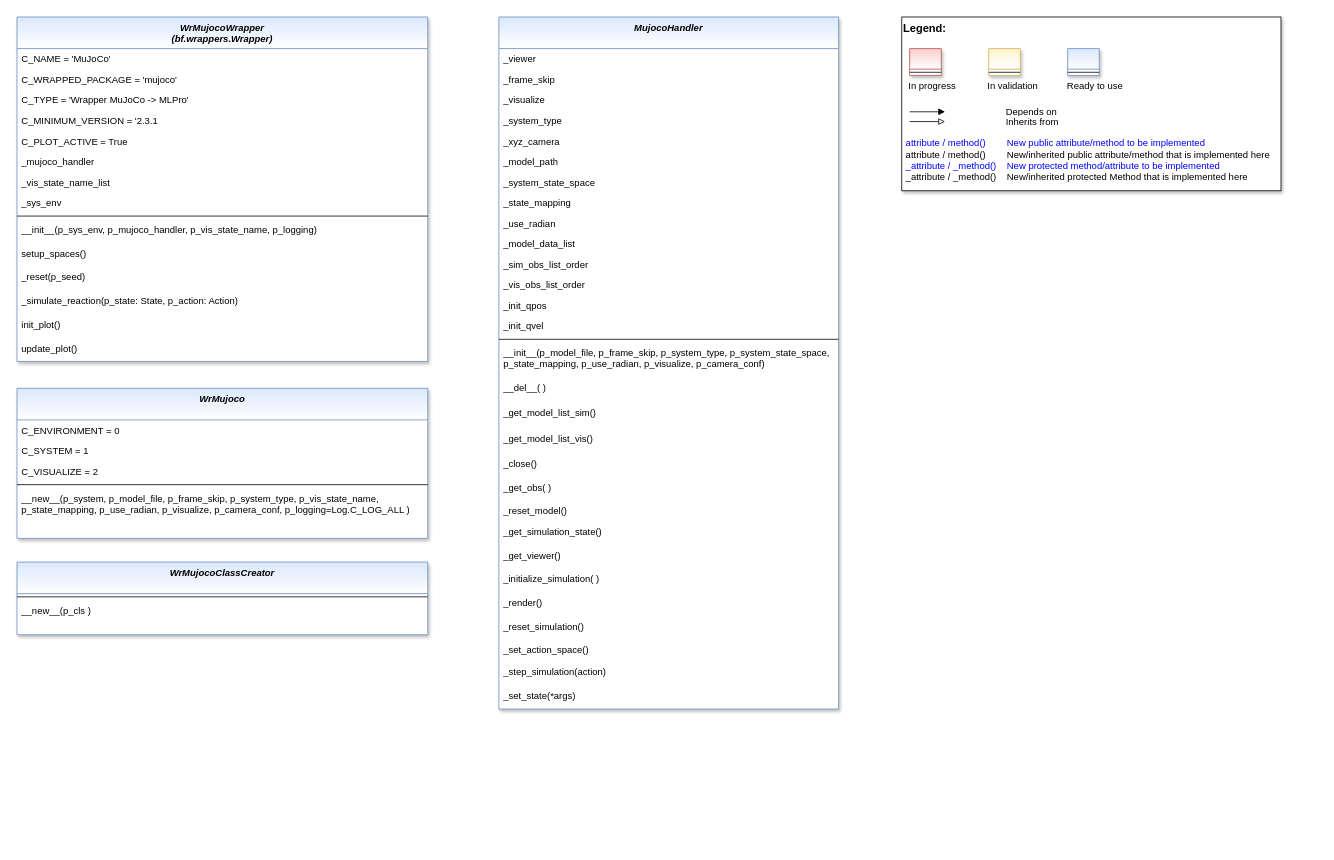
fhswf/MLPro keeps this draw.io diagram as doc/rtd/content/04_appendices/appendix2/sub/core/images/wrappers/MLPro-Wrappers-Mujoco.drawio. Above is the earlier version. Source tidied: cells renumbered, new cells numbered last; positions are measured from the earlier drawing's top-left corner, leaving out a move shared by most shapes. Both pictures are drawn from the tidied source at 79%, with x=0, y=0 at pixel (17, 17).
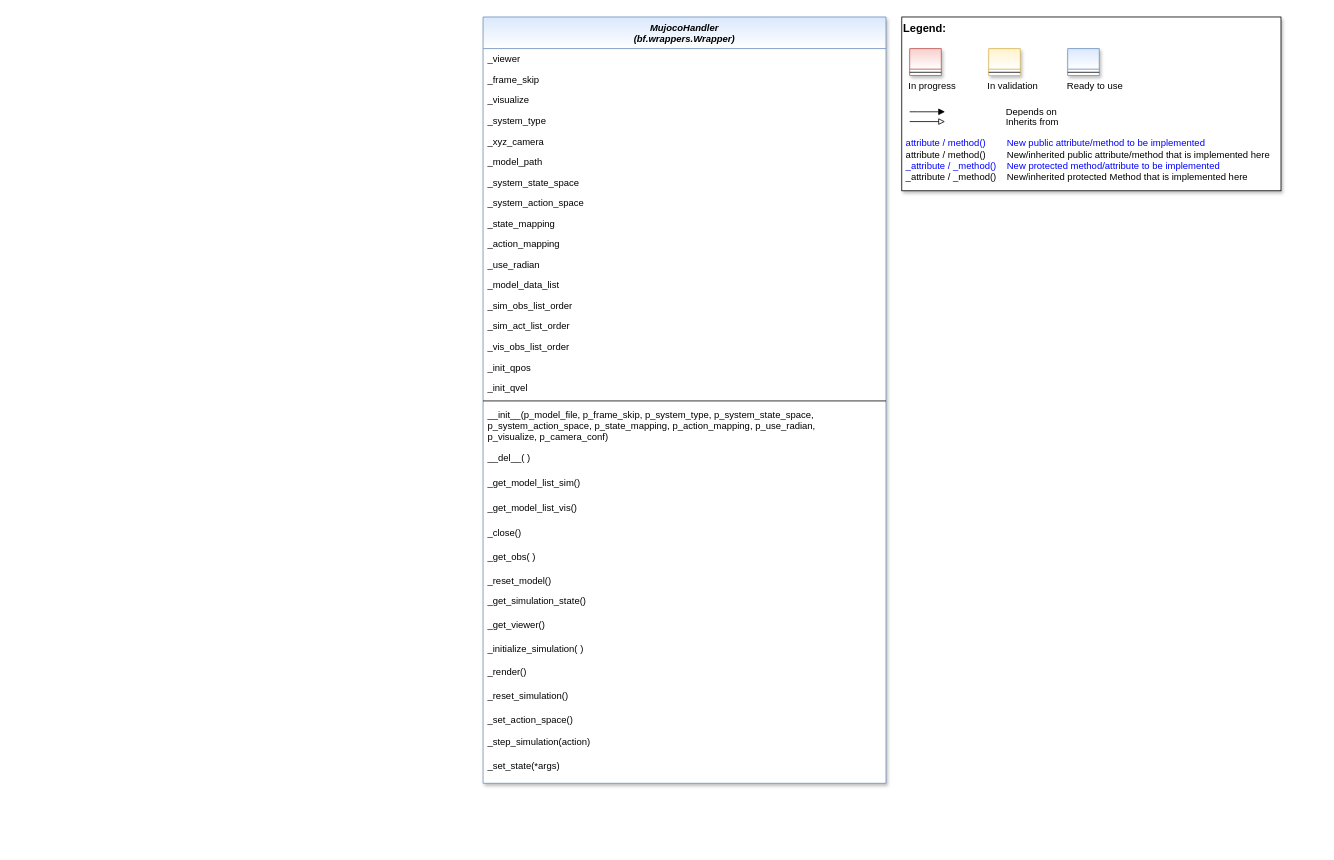
Above is the later version.

The edit, as a diff of the source:
```diff
@@
-    <mxCell id="2" value="WrMujocoWrapper&#10;(bf.wrappers.Wrapper)" style="swimlane;fontStyle=3;align=center;verticalAlign=top;horizontal=1;startSize=40;rounded=0;shadow=1;strokeWidth=1;fillColor=#dae8fc;strokeColor=#6c8ebf;gradientColor=#ffffff;swimlaneFillColor=#ffffff;" parent="1" vertex="1">
-      <mxGeometry width="520" height="436" as="geometry" />
-    </mxCell>
-    <mxCell id="3" value="C_NAME = 'MuJoCo'" style="text;align=left;verticalAlign=top;spacingLeft=4;spacingRight=4;overflow=hidden;" parent="2" vertex="1">
-      <mxGeometry y="40" width="520" height="26" as="geometry" />
-    </mxCell>
-    <mxCell id="4" value="C_WRAPPED_PACKAGE = 'mujoco'" style="text;align=left;verticalAlign=top;spacingLeft=4;spacingRight=4;overflow=hidden;" parent="2" vertex="1">
-      <mxGeometry y="66" width="520" height="26" as="geometry" />
-    </mxCell>
-    <mxCell id="5" value="C_TYPE = 'Wrapper MuJoCo -&gt; MLPro'" style="text;align=left;verticalAlign=top;spacingLeft=4;spacingRight=4;overflow=hidden;" parent="2" vertex="1">
-      <mxGeometry y="92" width="520" height="26" as="geometry" />
-    </mxCell>
-    <mxCell id="6" value="C_MINIMUM_VERSION = '2.3.1" style="text;align=left;verticalAlign=top;spacingLeft=4;spacingRight=4;overflow=hidden;" parent="2" vertex="1">
-      <mxGeometry y="118" width="520" height="26" as="geometry" />
-    </mxCell>
-    <mxCell id="7" value="C_PLOT_ACTIVE = True" style="text;align=left;verticalAlign=top;spacingLeft=4;spacingRight=4;overflow=hidden;" parent="2" vertex="1">
-      <mxGeometry y="144" width="520" height="26" as="geometry" />
-    </mxCell>
-    <mxCell id="8" value="_mujoco_handler" style="text;align=left;verticalAlign=top;spacingLeft=4;spacingRight=4;overflow=hidden;" parent="2" vertex="1">
-      <mxGeometry y="170" width="520" height="26" as="geometry" />
-    </mxCell>
-    <mxCell id="9" value="_vis_state_name_list" style="text;align=left;verticalAlign=top;spacingLeft=4;spacingRight=4;overflow=hidden;" parent="2" vertex="1">
-      <mxGeometry y="196" width="520" height="26" as="geometry" />
-    </mxCell>
-    <mxCell id="10" value="_sys_env" style="text;align=left;verticalAlign=top;spacingLeft=4;spacingRight=4;overflow=hidden;" parent="2" vertex="1">
-      <mxGeometry y="222" width="520" height="26" as="geometry" />
-    </mxCell>
-    <mxCell id="11" style="line;html=1;strokeWidth=1;align=left;verticalAlign=middle;spacingTop=-1;spacingLeft=3;spacingRight=3;labelPosition=right;" parent="2" vertex="1">
-      <mxGeometry y="248" width="520" height="8" as="geometry" />
-    </mxCell>
-    <mxCell id="12" value="__init__(p_sys_env, p_mujoco_handler, p_vis_state_name, p_logging)" style="text;align=left;verticalAlign=top;spacingLeft=4;spacingRight=4;overflow=hidden;" parent="2" vertex="1">
-      <mxGeometry y="256" width="520" height="30" as="geometry" />
-    </mxCell>
-    <mxCell id="13" value="setup_spaces()" style="text;align=left;verticalAlign=top;spacingLeft=4;spacingRight=4;overflow=hidden;" parent="2" vertex="1">
-      <mxGeometry y="286" width="520" height="30" as="geometry" />
-    </mxCell>
-    <mxCell id="14" value="_reset(p_seed)" style="text;align=left;verticalAlign=top;spacingLeft=4;spacingRight=4;overflow=hidden;" parent="2" vertex="1">
-      <mxGeometry y="316" width="520" height="30" as="geometry" />
-    </mxCell>
-    <mxCell id="15" value="_simulate_reaction(p_state: State, p_action: Action)" style="text;align=left;verticalAlign=top;spacingLeft=4;spacingRight=4;overflow=hidden;" parent="2" vertex="1">
-      <mxGeometry y="346" width="520" height="30" as="geometry" />
-    </mxCell>
-    <mxCell id="16" value="init_plot()" style="text;align=left;verticalAlign=top;spacingLeft=4;spacingRight=4;overflow=hidden;" parent="2" vertex="1">
-      <mxGeometry y="376" width="520" height="30" as="geometry" />
-    </mxCell>
-    <mxCell id="17" value="update_plot()" style="text;align=left;verticalAlign=top;spacingLeft=4;spacingRight=4;overflow=hidden;" parent="2" vertex="1">
-      <mxGeometry y="406" width="520" height="30" as="geometry" />
-    </mxCell>
@@
-    <mxCell id="28" value="MujocoHandler" style="swimlane;fontStyle=3;align=center;verticalAlign=top;horizontal=1;startSize=40;rounded=0;shadow=1;strokeWidth=1;fillColor=#dae8fc;strokeColor=#6c8ebf;gradientColor=#ffffff;swimlaneFillColor=#ffffff;" parent="1" vertex="1">
-      <mxGeometry x="610" width="430" height="876" as="geometry" />
+    <mxCell id="28" value="MujocoHandler&#10;(bf.wrappers.Wrapper)" style="swimlane;fontStyle=3;align=center;verticalAlign=top;horizontal=1;startSize=40;rounded=0;shadow=1;strokeWidth=1;fillColor=#dae8fc;strokeColor=#6c8ebf;gradientColor=#ffffff;swimlaneFillColor=#ffffff;" parent="1" vertex="1">
+      <mxGeometry x="590" width="510" height="970" as="geometry" />
     </mxCell>
     <mxCell id="29" value="_viewer" style="text;align=left;verticalAlign=top;spacingLeft=4;spacingRight=4;overflow=hidden;" parent="28" vertex="1">
-      <mxGeometry y="40" width="430" height="26" as="geometry" />
+      <mxGeometry y="40" width="510" height="26" as="geometry" />
     </mxCell>
     <mxCell id="30" value="_frame_skip" style="text;align=left;verticalAlign=top;spacingLeft=4;spacingRight=4;overflow=hidden;" parent="28" vertex="1">
-      <mxGeometry y="66" width="430" height="26" as="geometry" />
+      <mxGeometry y="66" width="510" height="26" as="geometry" />
     </mxCell>
     <mxCell id="31" value="_visualize" style="text;align=left;verticalAlign=top;spacingLeft=4;spacingRight=4;overflow=hidden;" parent="28" vertex="1">
-      <mxGeometry y="92" width="430" height="26" as="geometry" />
+      <mxGeometry y="92" width="510" height="26" as="geometry" />
     </mxCell>
     <mxCell id="32" value="_system_type" style="text;align=left;verticalAlign=top;spacingLeft=4;spacingRight=4;overflow=hidden;" parent="28" vertex="1">
-      <mxGeometry y="118" width="430" height="26" as="geometry" />
+      <mxGeometry y="118" width="510" height="26" as="geometry" />
     </mxCell>
     <mxCell id="33" value="_xyz_camera" style="text;align=left;verticalAlign=top;spacingLeft=4;spacingRight=4;overflow=hidden;" parent="28" vertex="1">
-      <mxGeometry y="144" width="430" height="26" as="geometry" />
+      <mxGeometry y="144" width="510" height="26" as="geometry" />
     </mxCell>
     <mxCell id="34" value="_model_path" style="text;align=left;verticalAlign=top;spacingLeft=4;spacingRight=4;overflow=hidden;" parent="28" vertex="1">
-      <mxGeometry y="170" width="430" height="26" as="geometry" />
+      <mxGeometry y="170" width="510" height="26" as="geometry" />
     </mxCell>
     <mxCell id="35" value="_system_state_space" style="text;align=left;verticalAlign=top;spacingLeft=4;spacingRight=4;overflow=hidden;" parent="28" vertex="1">
-      <mxGeometry y="196" width="430" height="26" as="geometry" />
+      <mxGeometry y="196" width="510" height="26" as="geometry" />
     </mxCell>
+    <mxCell id="68" value="_system_action_space" style="text;align=left;verticalAlign=top;spacingLeft=4;spacingRight=4;overflow=hidden;" parent="28" vertex="1">
+      <mxGeometry y="222" width="510" height="26" as="geometry" />
+    </mxCell>
     <mxCell id="36" value="_state_mapping" style="text;align=left;verticalAlign=top;spacingLeft=4;spacingRight=4;overflow=hidden;" parent="28" vertex="1">
-      <mxGeometry y="222" width="430" height="26" as="geometry" />
+      <mxGeometry y="248" width="510" height="26" as="geometry" />
     </mxCell>
+    <mxCell id="69" value="_action_mapping" style="text;align=left;verticalAlign=top;spacingLeft=4;spacingRight=4;overflow=hidden;" parent="28" vertex="1">
+      <mxGeometry y="274" width="510" height="26" as="geometry" />
+    </mxCell>
     <mxCell id="37" value="_use_radian" style="text;align=left;verticalAlign=top;spacingLeft=4;spacingRight=4;overflow=hidden;" parent="28" vertex="1">
-      <mxGeometry y="248" width="430" height="26" as="geometry" />
+      <mxGeometry y="300" width="510" height="26" as="geometry" />
     </mxCell>
     <mxCell id="38" value="_model_data_list" style="text;align=left;verticalAlign=top;spacingLeft=4;spacingRight=4;overflow=hidden;" parent="28" vertex="1">
-      <mxGeometry y="274" width="430" height="26" as="geometry" />
+      <mxGeometry y="326" width="510" height="26" as="geometry" />
     </mxCell>
     <mxCell id="39" value="_sim_obs_list_order" style="text;align=left;verticalAlign=top;spacingLeft=4;spacingRight=4;overflow=hidden;" parent="28" vertex="1">
-      <mxGeometry y="300" width="430" height="26" as="geometry" />
+      <mxGeometry y="352" width="510" height="26" as="geometry" />
     </mxCell>
+    <mxCell id="70" value="_sim_act_list_order" style="text;align=left;verticalAlign=top;spacingLeft=4;spacingRight=4;overflow=hidden;" parent="28" vertex="1">
+      <mxGeometry y="378" width="510" height="26" as="geometry" />
+    </mxCell>
     <mxCell id="40" value="_vis_obs_list_order" style="text;align=left;verticalAlign=top;spacingLeft=4;spacingRight=4;overflow=hidden;" parent="28" vertex="1">
-      <mxGeometry y="326" width="430" height="26" as="geometry" />
+      <mxGeometry y="404" width="510" height="26" as="geometry" />
     </mxCell>
     <mxCell id="41" value="_init_qpos" style="text;align=left;verticalAlign=top;spacingLeft=4;spacingRight=4;overflow=hidden;" parent="28" vertex="1">
-      <mxGeometry y="352" width="430" height="26" as="geometry" />
+      <mxGeometry y="430" width="510" height="26" as="geometry" />
     </mxCell>
     <mxCell id="42" value="_init_qvel" style="text;align=left;verticalAlign=top;spacingLeft=4;spacingRight=4;overflow=hidden;" parent="28" vertex="1">
-      <mxGeometry y="378" width="430" height="26" as="geometry" />
+      <mxGeometry y="456" width="510" height="26" as="geometry" />
     </mxCell>
     <mxCell id="43" style="line;html=1;strokeWidth=1;align=left;verticalAlign=middle;spacingTop=-1;spacingLeft=3;spacingRight=3;labelPosition=right;" parent="28" vertex="1">
-      <mxGeometry y="404" width="430" height="8" as="geometry" />
+      <mxGeometry y="482" width="510" height="8" as="geometry" />
     </mxCell>
-    <mxCell id="44" value="__init__(p_model_file, p_frame_skip, p_system_type, p_system_state_space,&#10;p_state_mapping, p_use_radian, p_visualize, p_camera_conf)" style="text;align=left;verticalAlign=top;spacingLeft=4;spacingRight=4;overflow=hidden;" parent="28" vertex="1">
-      <mxGeometry y="412" width="430" height="44" as="geometry" />
+    <mxCell id="44" value="__init__(p_model_file, p_frame_skip, p_system_type, p_system_state_space, &#10;p_system_action_space, p_state_mapping, p_action_mapping, p_use_radian, &#10;p_visualize, p_camera_conf)" style="text;align=left;verticalAlign=top;spacingLeft=4;spacingRight=4;overflow=hidden;" parent="28" vertex="1">
+      <mxGeometry y="490" width="510" height="54" as="geometry" />
     </mxCell>
     <mxCell id="45" value="__del__( )" style="text;align=left;verticalAlign=top;spacingLeft=4;spacingRight=4;overflow=hidden;" parent="28" vertex="1">
-      <mxGeometry y="456" width="430" height="32" as="geometry" />
+      <mxGeometry y="544" width="510" height="32" as="geometry" />
     </mxCell>
     <mxCell id="46" value="_get_model_list_sim()" style="text;align=left;verticalAlign=top;spacingLeft=4;spacingRight=4;overflow=hidden;" parent="28" vertex="1">
-      <mxGeometry y="488" width="430" height="32" as="geometry" />
+      <mxGeometry y="576" width="510" height="32" as="geometry" />
     </mxCell>
     <mxCell id="47" value="_get_model_list_vis()" style="text;align=left;verticalAlign=top;spacingLeft=4;spacingRight=4;overflow=hidden;" parent="28" vertex="1">
-      <mxGeometry y="520" width="430" height="32" as="geometry" />
+      <mxGeometry y="608" width="510" height="32" as="geometry" />
     </mxCell>
     <mxCell id="48" value="_close()" style="text;align=left;verticalAlign=top;spacingLeft=4;spacingRight=4;overflow=hidden;" parent="28" vertex="1">
-      <mxGeometry y="552" width="430" height="30" as="geometry" />
+      <mxGeometry y="640" width="510" height="30" as="geometry" />
     </mxCell>
     <mxCell id="49" value="_get_obs( )" style="text;align=left;verticalAlign=top;spacingLeft=4;spacingRight=4;overflow=hidden;fontColor=#000000;" parent="28" vertex="1">
-      <mxGeometry y="582" width="430" height="30" as="geometry" />
+      <mxGeometry y="670" width="510" height="30" as="geometry" />
     </mxCell>
     <mxCell id="50" value="_reset_model()" style="text;align=left;verticalAlign=top;spacingLeft=4;spacingRight=4;overflow=hidden;fontColor=#000000;" parent="28" vertex="1">
-      <mxGeometry y="612" width="430" height="26" as="geometry" />
+      <mxGeometry y="700" width="510" height="26" as="geometry" />
     </mxCell>
     <mxCell id="51" value="_get_simulation_state()" style="text;align=left;verticalAlign=top;spacingLeft=4;spacingRight=4;overflow=hidden;" parent="28" vertex="1">
-      <mxGeometry y="638" width="430" height="30" as="geometry" />
+      <mxGeometry y="726" width="510" height="30" as="geometry" />
     </mxCell>
     <mxCell id="52" value="_get_viewer()" style="text;align=left;verticalAlign=top;spacingLeft=4;spacingRight=4;overflow=hidden;" parent="28" vertex="1">
-      <mxGeometry y="668" width="430" height="30" as="geometry" />
+      <mxGeometry y="756" width="510" height="30" as="geometry" />
     </mxCell>
     <mxCell id="53" value="_initialize_simulation( )" style="text;align=left;verticalAlign=top;spacingLeft=4;spacingRight=4;overflow=hidden;" parent="28" vertex="1">
-      <mxGeometry y="698" width="430" height="30" as="geometry" />
+      <mxGeometry y="786" width="510" height="30" as="geometry" />
     </mxCell>
     <mxCell id="54" value="_render()" style="text;align=left;verticalAlign=top;spacingLeft=4;spacingRight=4;overflow=hidden;" parent="28" vertex="1">
-      <mxGeometry y="728" width="430" height="30" as="geometry" />
+      <mxGeometry y="816" width="510" height="30" as="geometry" />
     </mxCell>
     <mxCell id="55" value="_reset_simulation()" style="text;align=left;verticalAlign=top;spacingLeft=4;spacingRight=4;overflow=hidden;" parent="28" vertex="1">
-      <mxGeometry y="758" width="430" height="30" as="geometry" />
+      <mxGeometry y="846" width="510" height="30" as="geometry" />
     </mxCell>
     <mxCell id="56" value="_set_action_space()" style="text;align=left;verticalAlign=top;spacingLeft=4;spacingRight=4;overflow=hidden;" parent="28" vertex="1">
-      <mxGeometry y="788" width="430" height="28" as="geometry" />
+      <mxGeometry y="876" width="510" height="28" as="geometry" />
     </mxCell>
     <mxCell id="57" value="_step_simulation(action)" style="text;align=left;verticalAlign=top;spacingLeft=4;spacingRight=4;overflow=hidden;" parent="28" vertex="1">
-      <mxGeometry y="816" width="430" height="30" as="geometry" />
+      <mxGeometry y="904" width="510" height="30" as="geometry" />
     </mxCell>
     <mxCell id="58" value="_set_state(*args)" style="text;align=left;verticalAlign=top;spacingLeft=4;spacingRight=4;overflow=hidden;" parent="28" vertex="1">
-      <mxGeometry y="846" width="430" height="30" as="geometry" />
+      <mxGeometry y="934" width="510" height="30" as="geometry" />
     </mxCell>
-    <mxCell id="59" value="WrMujoco" style="swimlane;fontStyle=3;align=center;verticalAlign=top;horizontal=1;startSize=40;rounded=0;shadow=1;strokeWidth=1;fillColor=#dae8fc;strokeColor=#6c8ebf;gradientColor=#ffffff;swimlaneFillColor=#ffffff;" parent="1" vertex="1">
-      <mxGeometry y="470" width="520" height="190" as="geometry" />
-    </mxCell>
-    <mxCell id="60" value="C_ENVIRONMENT = 0" style="text;align=left;verticalAlign=top;spacingLeft=4;spacingRight=4;overflow=hidden;" parent="59" vertex="1">
-      <mxGeometry y="40" width="520" height="26" as="geometry" />
-    </mxCell>
-    <mxCell id="61" value="C_SYSTEM = 1" style="text;align=left;verticalAlign=top;spacingLeft=4;spacingRight=4;overflow=hidden;" parent="59" vertex="1">
-      <mxGeometry y="66" width="520" height="26" as="geometry" />
-    </mxCell>
-    <mxCell id="62" value="C_VISUALIZE = 2" style="text;align=left;verticalAlign=top;spacingLeft=4;spacingRight=4;overflow=hidden;" parent="59" vertex="1">
-      <mxGeometry y="92" width="520" height="26" as="geometry" />
-    </mxCell>
-    <mxCell id="63" style="line;html=1;strokeWidth=1;align=left;verticalAlign=middle;spacingTop=-1;spacingLeft=3;spacingRight=3;labelPosition=right;" parent="59" vertex="1">
-      <mxGeometry y="118" width="520" height="8" as="geometry" />
-    </mxCell>
-    <mxCell id="64" value="__new__(p_system, p_model_file, p_frame_skip, p_system_type, p_vis_state_name,&#10;p_state_mapping, p_use_radian, p_visualize, p_camera_conf, p_logging=Log.C_LOG_ALL )" style="text;align=left;verticalAlign=top;spacingLeft=4;spacingRight=4;overflow=hidden;" parent="59" vertex="1">
-      <mxGeometry y="126" width="520" height="44" as="geometry" />
-    </mxCell>
-    <mxCell id="65" value="WrMujocoClassCreator" style="swimlane;fontStyle=3;align=center;verticalAlign=top;horizontal=1;startSize=40;rounded=0;shadow=1;strokeWidth=1;fillColor=#dae8fc;strokeColor=#6c8ebf;gradientColor=#ffffff;swimlaneFillColor=#ffffff;" parent="1" vertex="1">
-      <mxGeometry y="690" width="520" height="92" as="geometry" />
-    </mxCell>
-    <mxCell id="66" style="line;html=1;strokeWidth=1;align=left;verticalAlign=middle;spacingTop=-1;spacingLeft=3;spacingRight=3;labelPosition=right;" parent="65" vertex="1">
-      <mxGeometry y="40" width="520" height="8" as="geometry" />
-    </mxCell>
-    <mxCell id="67" value="__new__(p_cls )" style="text;align=left;verticalAlign=top;spacingLeft=4;spacingRight=4;overflow=hidden;" parent="65" vertex="1">
-      <mxGeometry y="48" width="520" height="44" as="geometry" />
-    </mxCell>
```
